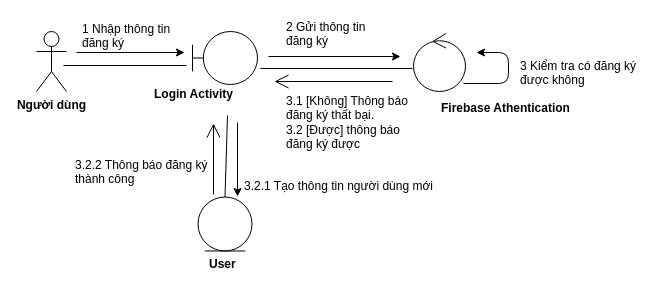
Above: luận văn tốt nghiệp/cuonbaocao/cac so do/Thanhphanxuly/So do/so do cong tac/dangky.drawio in ThanhQvanVnnn/BookAppFireBase (draw.io), before the change. Source tidied: cells renumbered, new cells numbered last; positions are measured from the earlier drawing's top-left corner, leaving out a move shared by most shapes. Both pictures are drawn from the tidied source at 100%, with x=0, y=0 at pixel (36, 17).
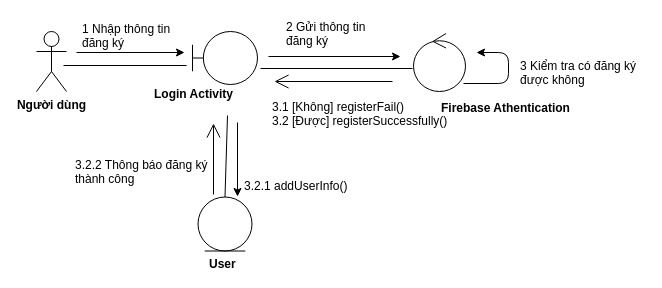
Above is the later version.

What changed in the source:
```diff
@@
-    <mxCell id="21" value="3.1 [Không] Thông báo&lt;br&gt;đăng ký thất bại.&lt;br&gt;3.2 [Được] thông báo&amp;nbsp;&lt;br&gt;đăng ký được&lt;br&gt;" style="text;html=1;align=left;verticalAlign=top;spacingTop=-4;" parent="1" vertex="1">
-      <mxGeometry x="248" y="74" width="132" height="56" as="geometry" />
+    <mxCell id="21" value="3.1 [Không] registerFail()&lt;br&gt;3.2 [Được] registerSuccessfully()&lt;br&gt;" style="text;html=1;align=left;verticalAlign=top;spacingTop=-4;" parent="1" vertex="1">
+      <mxGeometry x="234" y="79.5" width="185" height="28" as="geometry" />
     </mxCell>
-    <mxCell id="22" value="3.2.1 Tạo thông tin người dùng mới" style="text;html=1;align=left;verticalAlign=top;spacingTop=-4;" parent="1" vertex="1">
-      <mxGeometry x="206" y="159" width="199" height="14" as="geometry" />
+    <mxCell id="22" value="3.2.1 addUserInfo()" style="text;html=1;align=left;verticalAlign=top;spacingTop=-4;" parent="1" vertex="1">
+      <mxGeometry x="206" y="159" width="113" height="14" as="geometry" />
     </mxCell>
```
